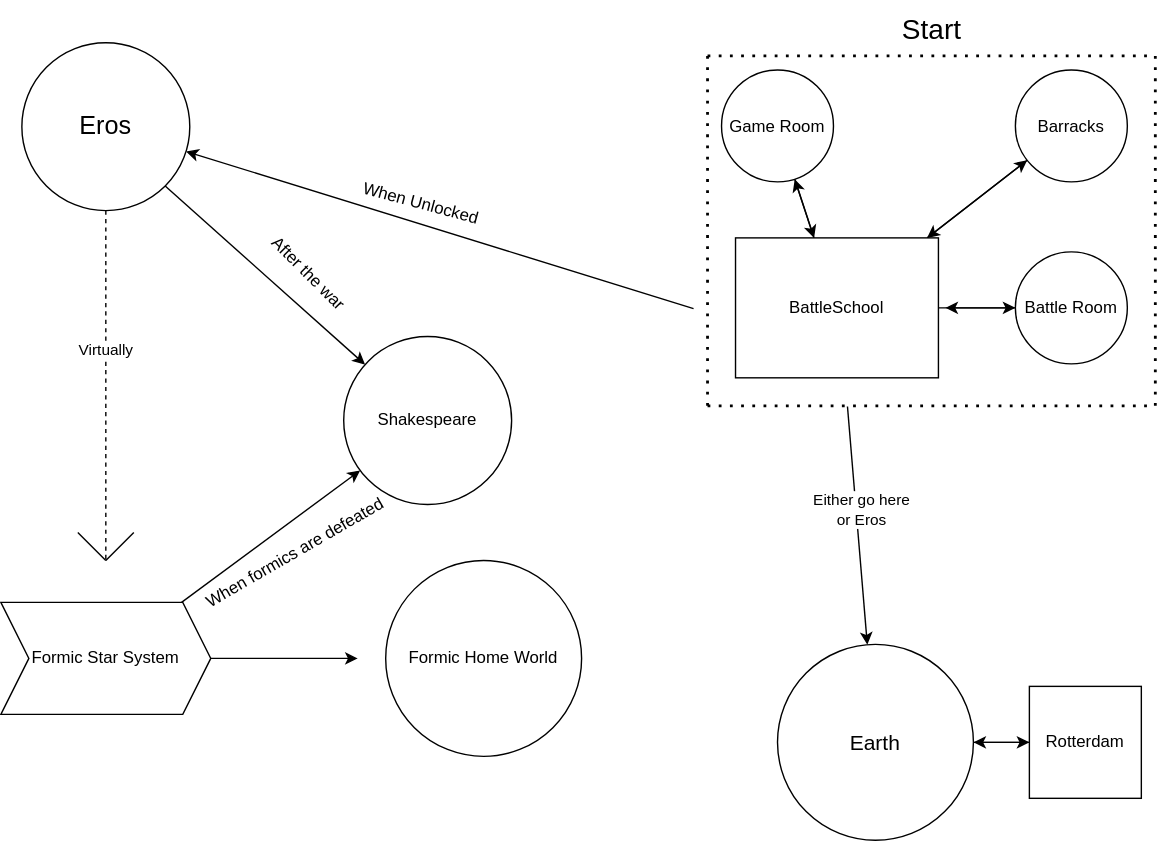
Above: apps/server/spec/enders-game-map.drawio.svg in Clayal10/enders_game (draw.io), before the change. Source tidied: cells renumbered, new cells last; positions are measured from the earlier drawing's top-left corner, leaving out a move shared by most shapes.
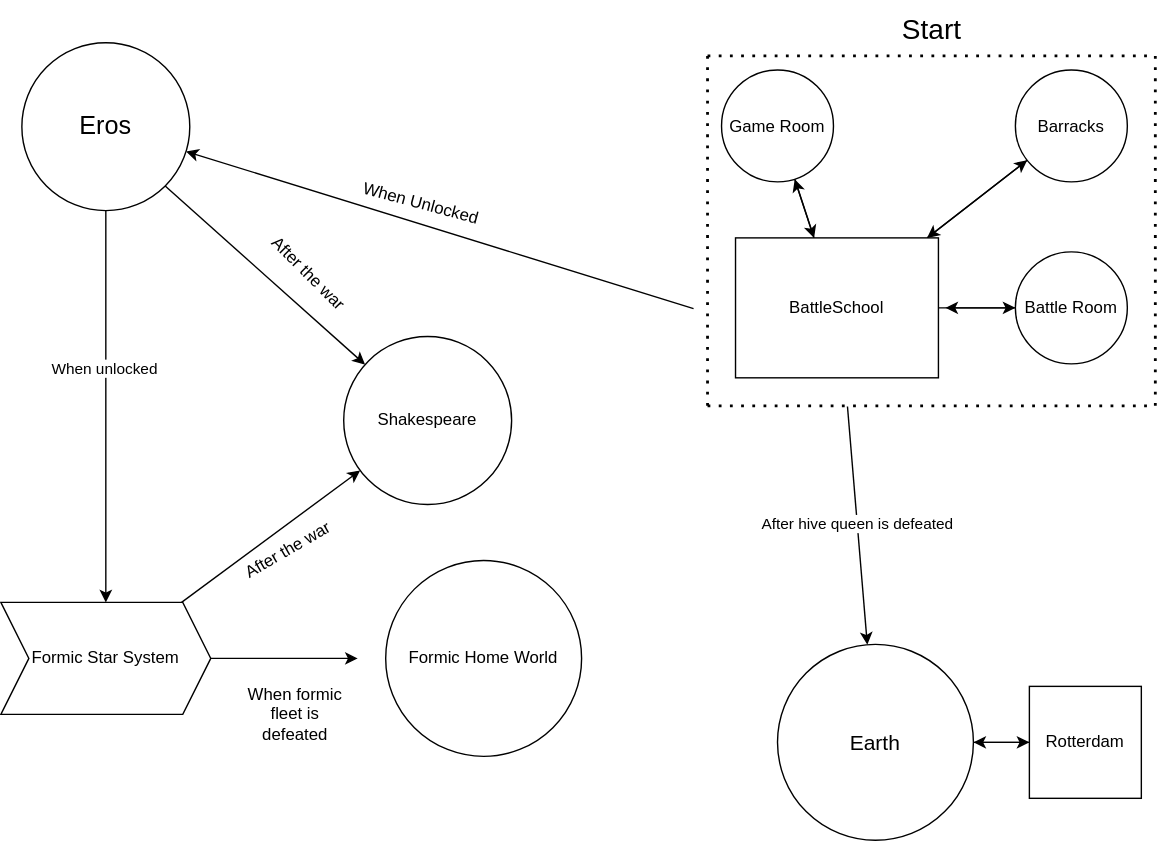
After the change.

Change to the diagram source:
```diff
@@ -52,32 +52,18 @@
     <mxCell id="12" style="edgeStyle=none;html=1;exitX=1;exitY=1;exitDx=0;exitDy=0;" parent="1" edge="1" source="13" target="23">
       <mxGeometry relative="1" as="geometry" />
     </mxCell>
+    <mxCell id="38" style="edgeStyle=none;html=1;entryX=0.5;entryY=0;entryDx=0;entryDy=0;" parent="1" edge="1" source="13" target="21">
+      <mxGeometry relative="1" as="geometry" />
+    </mxCell>
+    <mxCell id="39" value="When unlocked" style="edgeLabel;html=1;align=center;verticalAlign=middle;" parent="38" vertex="1">
+      <mxGeometry x="-0.2" y="-2" relative="1" as="geometry" />
+    </mxCell>
     <mxCell id="13" value="&lt;font style=&quot;font-size: 18px;&quot;&gt;Eros&lt;/font&gt;" style="ellipse;whiteSpace=wrap;html=1;" parent="1" vertex="1">
       <mxGeometry x="15" y="30" width="120" height="120" as="geometry" />
     </mxCell>
     <mxCell id="14" value="When Unlocked" style="text;html=1;align=center;verticalAlign=middle;strokeColor=none;fillColor=none;rotation=15;" parent="1" vertex="1">
       <mxGeometry x="245" y="130" width="110" height="30" as="geometry" />
     </mxCell>
-    <mxCell id="15" style="endArrow=none;dashed=1;html=1;exitX=0.5;exitY=1;exitDx=0;exitDy=0;" parent="1" edge="1" source="13">
-      <mxGeometry relative="1" as="geometry">
-        <mxPoint x="75" y="400" as="targetPoint" />
-      </mxGeometry>
-    </mxCell>
-    <mxCell id="16" value="Virtually" style="edgeLabel;html=1;align=center;verticalAlign=middle;" parent="15" vertex="1">
-      <mxGeometry x="-0.21" y="-1" relative="1" as="geometry" />
-    </mxCell>
-    <mxCell id="17" style="endArrow=none;html=1;" parent="1" edge="1">
-      <mxGeometry relative="1" as="geometry">
-        <mxPoint x="75" y="400" as="sourcePoint" />
-        <mxPoint x="95" y="380" as="targetPoint" />
-      </mxGeometry>
-    </mxCell>
-    <mxCell id="18" style="endArrow=none;html=1;" parent="1" edge="1">
-      <mxGeometry relative="1" as="geometry">
-        <mxPoint x="75" y="400" as="sourcePoint" />
-        <mxPoint x="55" y="380" as="targetPoint" />
-      </mxGeometry>
-    </mxCell>
     <mxCell id="19" style="edgeStyle=none;html=1;" parent="1" edge="1" source="21">
       <mxGeometry relative="1" as="geometry">
         <mxPoint x="255" y="470" as="targetPoint" />
@@ -103,9 +89,9 @@
         <mxPoint x="605" y="290" as="sourcePoint" />
       </mxGeometry>
     </mxCell>
-    <mxCell id="26" value="Either go here&lt;div&gt;or Eros&lt;/div&gt;" style="edgeLabel;html=1;align=center;verticalAlign=middle;" parent="25" vertex="1">
-      <mxGeometry x="-0.13" y="3" relative="1" as="geometry" />
-    </mxCell>
+    <mxCell id="40" value="After hive queen is defeated" style="edgeLabel;html=1;align=center;verticalAlign=middle;" parent="25" vertex="1">
+      <mxGeometry x="-0.01" relative="1" as="geometry" />
+    </mxCell>
     <mxCell id="27" style="edgeStyle=none;html=1;entryX=0;entryY=0.5;entryDx=0;entryDy=0;" parent="1" edge="1" source="28" target="37">
       <mxGeometry relative="1" as="geometry" />
     </mxCell>
@@ -132,8 +118,8 @@
     <mxCell id="34" value="Barracks" style="ellipse;whiteSpace=wrap;html=1;" parent="1" vertex="1">
       <mxGeometry x="725" y="49.5" width="80" height="80" as="geometry" />
     </mxCell>
-    <mxCell id="35" value="When formics are defeated" style="text;html=1;align=center;verticalAlign=middle;strokeColor=none;fillColor=none;rotation=-30;" parent="1" vertex="1">
-      <mxGeometry x="125" y="380" width="170" height="30" as="geometry" />
+    <mxCell id="35" value="When formic&lt;div&gt;&amp;nbsp;fleet is&lt;div&gt;&amp;nbsp;defeated&lt;/div&gt;&lt;/div&gt;" style="text;html=1;align=center;verticalAlign=middle;strokeColor=none;fillColor=none;rotation=0;" parent="1" vertex="1">
+      <mxGeometry x="165" y="480" width="90" height="60" as="geometry" />
     </mxCell>
     <mxCell id="36" style="edgeStyle=none;html=1;entryX=1;entryY=0.5;entryDx=0;entryDy=0;" parent="1" edge="1" source="37" target="28">
       <mxGeometry relative="1" as="geometry" />
@@ -141,5 +127,8 @@
     <mxCell id="37" value="Rotterdam" style="whiteSpace=wrap;html=1;" parent="1" vertex="1">
       <mxGeometry x="735" y="490" width="80" height="80" as="geometry" />
     </mxCell>
+    <mxCell id="41" value="After the war" style="text;html=1;align=center;verticalAlign=middle;strokeColor=none;fillColor=none;rotation=-30;" parent="1" vertex="1">
+      <mxGeometry x="160" y="378" width="90" height="30" as="geometry" />
+    </mxCell>
   </root>
 </mxGraphModel>
```
